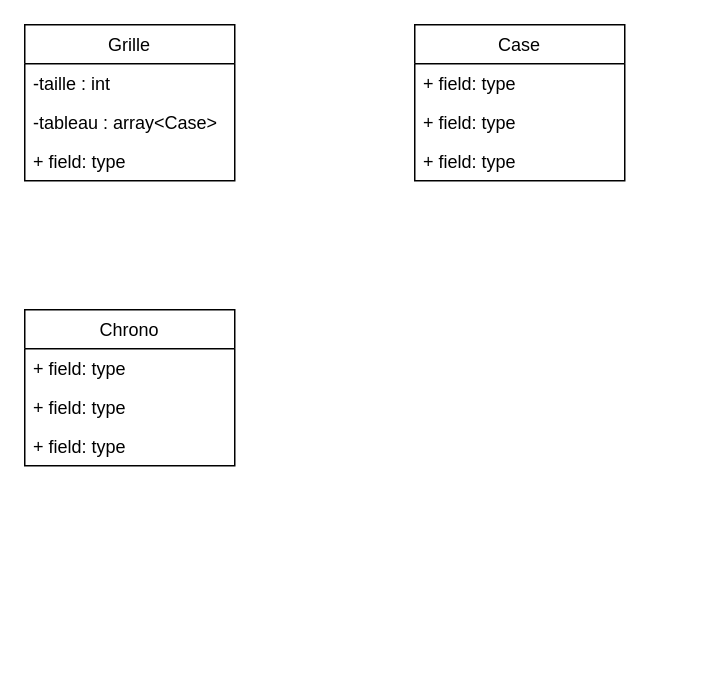
Above: Diagramme_Classes.drawio in tiphainewo/Projet-Taquin (draw.io), before the change. Source tidied: cells renumbered, new cells numbered last; positions are measured from the earlier drawing's top-left corner, leaving out a move shared by most shapes. Both pictures are drawn from the tidied source at 150%, with x=0, y=0 at pixel (24, 24).
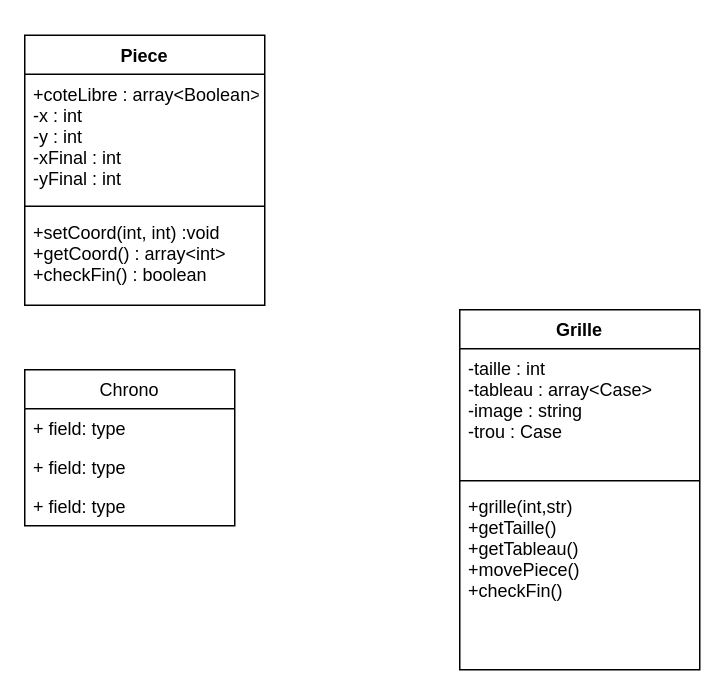
Above is the later version.

The edit, as a diff of the source:
```diff
@@
 <mxGraphModel>
   <root>
     <mxCell id="0" />
     <mxCell id="1" parent="0" />
-    <mxCell id="2" value="Grille" style="swimlane;fontStyle=0;horizontal=1;startSize=26;fillColor=none;" parent="1" vertex="1">
-      <mxGeometry width="140" height="104" as="geometry" />
+    <mxCell id="2" value="Grille" style="swimlane;fontStyle=1;align=center;verticalAlign=top;horizontal=1;startSize=26;" parent="1" vertex="1">
+      <mxGeometry x="290" y="190" width="160" height="240" as="geometry" />
     </mxCell>
-    <mxCell id="3" value="-taille : int" style="text;strokeColor=none;fillColor=none;align=left;verticalAlign=top;spacingLeft=4;spacingRight=4;overflow=hidden;" parent="2" vertex="1">
-      <mxGeometry y="26" width="140" height="26" as="geometry" />
-    </mxCell>
-    <mxCell id="4" value="-tableau : array&lt;Case&gt;" style="text;strokeColor=none;fillColor=none;align=left;verticalAlign=top;spacingLeft=4;spacingRight=4;overflow=hidden;" parent="2" vertex="1">
-      <mxGeometry y="52" width="140" height="26" as="geometry" />
-    </mxCell>
-    <mxCell id="5" value="+ field: type" style="text;strokeColor=none;fillColor=none;align=left;verticalAlign=top;spacingLeft=4;spacingRight=4;overflow=hidden;" parent="2" vertex="1">
-      <mxGeometry y="78" width="140" height="26" as="geometry" />
-    </mxCell>
-    <mxCell id="6" value="Case" style="swimlane;fontStyle=0;horizontal=1;startSize=26;fillColor=none;" parent="1" vertex="1">
-      <mxGeometry x="260" width="140" height="104" as="geometry" />
-    </mxCell>
-    <mxCell id="7" value="+ field: type" style="text;strokeColor=none;fillColor=none;align=left;verticalAlign=top;spacingLeft=4;spacingRight=4;overflow=hidden;" parent="6" vertex="1">
-      <mxGeometry y="26" width="140" height="26" as="geometry" />
-    </mxCell>
-    <mxCell id="8" value="+ field: type" style="text;strokeColor=none;fillColor=none;align=left;verticalAlign=top;spacingLeft=4;spacingRight=4;overflow=hidden;" parent="6" vertex="1">
-      <mxGeometry y="52" width="140" height="26" as="geometry" />
-    </mxCell>
-    <mxCell id="9" value="+ field: type" style="text;strokeColor=none;fillColor=none;align=left;verticalAlign=top;spacingLeft=4;spacingRight=4;overflow=hidden;" parent="6" vertex="1">
-      <mxGeometry y="78" width="140" height="26" as="geometry" />
-    </mxCell>
+    <mxCell id="14" value="-taille : int&#10;-tableau : array&lt;Case&gt;&#10;-image : string&#10;-trou : Case" style="text;strokeColor=none;fillColor=none;align=left;verticalAlign=top;spacingLeft=4;spacingRight=4;overflow=hidden;" parent="2" vertex="1">
+      <mxGeometry y="26" width="160" height="84" as="geometry" />
+    </mxCell>
+    <mxCell id="15" style="line;strokeWidth=1;fillColor=none;align=left;verticalAlign=middle;spacingTop=-1;spacingLeft=3;spacingRight=3;labelPosition=right;" parent="2" vertex="1">
+      <mxGeometry y="110" width="160" height="8" as="geometry" />
+    </mxCell>
+    <mxCell id="16" value="+grille(int,str)&#10;+getTaille()&#10;+getTableau()&#10;+movePiece()&#10;+checkFin()" style="text;strokeColor=none;fillColor=none;align=left;verticalAlign=top;spacingLeft=4;spacingRight=4;overflow=hidden;" parent="2" vertex="1">
+      <mxGeometry y="118" width="160" height="122" as="geometry" />
+    </mxCell>
+    <mxCell id="17" value="Piece" style="swimlane;fontStyle=1;align=center;verticalAlign=top;horizontal=1;startSize=26;" parent="1" vertex="1">
+      <mxGeometry y="7" width="160" height="180" as="geometry" />
+    </mxCell>
+    <mxCell id="18" value="+coteLibre : array&lt;Boolean&gt;&#10;-x : int&#10;-y : int&#10;-xFinal : int&#10;-yFinal : int " style="text;strokeColor=none;fillColor=none;align=left;verticalAlign=top;spacingLeft=4;spacingRight=4;overflow=hidden;" parent="17" vertex="1">
+      <mxGeometry y="26" width="160" height="84" as="geometry" />
+    </mxCell>
+    <mxCell id="19" style="line;strokeWidth=1;fillColor=none;align=left;verticalAlign=middle;spacingTop=-1;spacingLeft=3;spacingRight=3;labelPosition=right;" parent="17" vertex="1">
+      <mxGeometry y="110" width="160" height="8" as="geometry" />
+    </mxCell>
+    <mxCell id="20" value="+setCoord(int, int) :void&#10;+getCoord() : array&lt;int&gt;&#10;+checkFin() : boolean" style="text;strokeColor=none;fillColor=none;align=left;verticalAlign=top;spacingLeft=4;spacingRight=4;overflow=hidden;" parent="17" vertex="1">
+      <mxGeometry y="118" width="160" height="62" as="geometry" />
+    </mxCell>
     <mxCell id="10" value="Chrono" style="swimlane;fontStyle=0;horizontal=1;startSize=26;fillColor=none;" parent="1" vertex="1">
-      <mxGeometry y="190" width="140" height="104" as="geometry" />
+      <mxGeometry y="230" width="140" height="104" as="geometry" />
     </mxCell>
     <mxCell id="11" value="+ field: type" style="text;strokeColor=none;fillColor=none;align=left;verticalAlign=top;spacingLeft=4;spacingRight=4;overflow=hidden;" parent="10" vertex="1">
       <mxGeometry y="26" width="140" height="26" as="geometry" />
     </mxCell>
     <mxCell id="12" value="+ field: type" style="text;strokeColor=none;fillColor=none;align=left;verticalAlign=top;spacingLeft=4;spacingRight=4;overflow=hidden;" parent="10" vertex="1">
       <mxGeometry y="52" width="140" height="26" as="geometry" />
     </mxCell>
     <mxCell id="13" value="+ field: type" style="text;strokeColor=none;fillColor=none;align=left;verticalAlign=top;spacingLeft=4;spacingRight=4;overflow=hidden;" parent="10" vertex="1">
       <mxGeometry y="78" width="140" height="26" as="geometry" />
     </mxCell>
   </root>
 </mxGraphModel>
```
